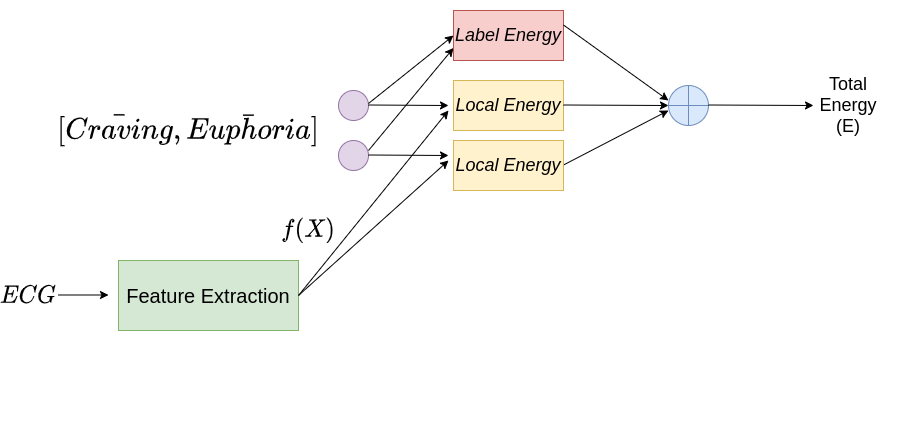
The draw.io diagram images/Spen_cocaine.png in BhanuTejaGullapalli/BhanuTejaGullapalli.github.io, before a commit. Source tidied: cells renumbered, new cells last; positions are measured from the earlier drawing's top-left corner, leaving out a move shared by most shapes.
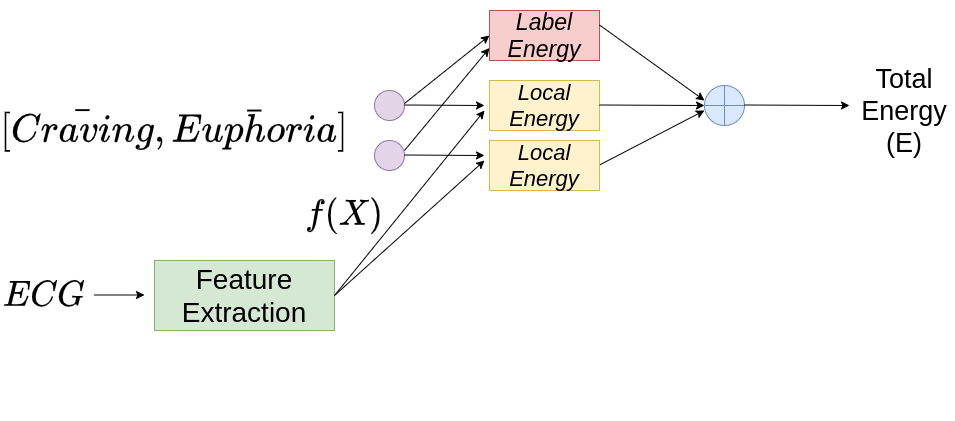
After the commit.

What changed in the source:
```diff
@@ -11,7 +11,7 @@
         <mxPoint x="90" y="294.5" as="targetPoint" />
       </mxGeometry>
     </mxCell>
-    <mxCell id="4" value="&lt;font style=&quot;font-size: 20px&quot;&gt;Feature Extraction&lt;br&gt;&lt;/font&gt;" style="rounded=0;whiteSpace=wrap;html=1;fillColor=#d5e8d4;strokeColor=#82b366;" parent="2" vertex="1">
+    <mxCell id="4" value="&lt;font&gt;&lt;font style=&quot;font-size: 28px&quot;&gt;Feature Extraction&lt;/font&gt;&lt;br&gt;&lt;/font&gt;" style="rounded=0;whiteSpace=wrap;html=1;fillColor=#d5e8d4;strokeColor=#82b366;" parent="2" vertex="1">
       <mxGeometry x="100" y="260" width="180" height="70" as="geometry" />
     </mxCell>
     <mxCell id="5" style="endArrow=classic;html=1;exitX=1;exitY=0.5;exitDx=0;exitDy=0;" parent="2" edge="1" source="4">
@@ -19,11 +19,11 @@
         <mxPoint x="430" y="110" as="targetPoint" />
       </mxGeometry>
     </mxCell>
-    <mxCell id="6" value="&lt;font style=&quot;font-size: 20px&quot;&gt;$$f(X)$$&lt;/font&gt;" style="text;html=1;strokeColor=none;fillColor=none;align=center;verticalAlign=middle;whiteSpace=wrap;rounded=0;" parent="2" vertex="1">
-      <mxGeometry x="270" y="220" width="40" height="20" as="geometry" />
+    <mxCell id="6" value="&lt;font style=&quot;font-size: 29px&quot;&gt;$$f(X)$$&lt;/font&gt;" style="text;html=1;strokeColor=none;fillColor=none;align=center;verticalAlign=middle;whiteSpace=wrap;rounded=0;" parent="2" vertex="1">
+      <mxGeometry x="270" y="205" width="40" height="20" as="geometry" />
     </mxCell>
-    <mxCell id="7" value="&lt;font style=&quot;font-size: 24px&quot;&gt;$$[\bar{Craving},\bar{Euphoria}]$$&lt;/font&gt;" style="text;html=1;strokeColor=none;fillColor=none;align=center;verticalAlign=middle;whiteSpace=wrap;rounded=0;" parent="2" vertex="1">
-      <mxGeometry x="150" y="120" width="40" height="20" as="geometry" />
+    <mxCell id="7" value="&lt;font style=&quot;font-size: 32px&quot;&gt;$$[\bar{Craving},\bar{Euphoria}]$$&lt;/font&gt;" style="text;html=1;strokeColor=none;fillColor=none;align=center;verticalAlign=middle;whiteSpace=wrap;rounded=0;" parent="2" vertex="1">
+      <mxGeometry x="100" y="120" width="40" height="20" as="geometry" />
     </mxCell>
     <mxCell id="8" style="ellipse;whiteSpace=wrap;html=1;fillColor=#e1d5e7;strokeColor=#9673a6;" parent="2" vertex="1">
       <mxGeometry x="320" y="90" width="30" height="30" as="geometry" />
@@ -48,7 +48,7 @@
         <mxPoint x="430" y="160" as="targetPoint" />
       </mxGeometry>
     </mxCell>
-    <mxCell id="13" value="&lt;font&gt;&lt;i&gt;&lt;font style=&quot;font-size: 18px&quot;&gt;Local Energy&lt;/font&gt;&lt;br&gt;&lt;/i&gt;&lt;/font&gt;" style="rounded=0;whiteSpace=wrap;html=1;fillColor=#fff2cc;strokeColor=#d6b656;" parent="2" vertex="1">
+    <mxCell id="13" value="&lt;font&gt;&lt;i&gt;&lt;font style=&quot;font-size: 22px&quot;&gt;Local Energy&lt;/font&gt;&lt;br&gt;&lt;/i&gt;&lt;/font&gt;" style="rounded=0;whiteSpace=wrap;html=1;fillColor=#fff2cc;strokeColor=#d6b656;" parent="2" vertex="1">
       <mxGeometry x="435" y="80" width="110" height="50" as="geometry" />
     </mxCell>
     <mxCell id="14" style="endArrow=classic;html=1;entryX=0;entryY=0.75;entryDx=0;entryDy=0;" parent="2" edge="1" target="16">
@@ -61,7 +61,7 @@
         <mxPoint x="350" y="103" as="sourcePoint" />
       </mxGeometry>
     </mxCell>
-    <mxCell id="16" value="&lt;i&gt;&lt;font style=&quot;font-size: 18px&quot;&gt;Label Energy&lt;/font&gt;&lt;br&gt;&lt;/i&gt;" style="rounded=0;whiteSpace=wrap;html=1;fillColor=#f8cecc;strokeColor=#b85450;" parent="2" vertex="1">
+    <mxCell id="16" value="&lt;i&gt;&lt;font style=&quot;font-size: 23px&quot;&gt;Label Energy&lt;/font&gt;&lt;br&gt;&lt;/i&gt;" style="rounded=0;whiteSpace=wrap;html=1;fillColor=#f8cecc;strokeColor=#b85450;" parent="2" vertex="1">
       <mxGeometry x="435" y="10" width="110" height="50" as="geometry" />
     </mxCell>
     <mxCell id="17" style="endArrow=classic;html=1;" parent="2" edge="1">
@@ -91,17 +91,17 @@
         <mxPoint x="795" y="105" as="targetPoint" />
       </mxGeometry>
     </mxCell>
-    <mxCell id="22" value="&lt;font style=&quot;font-size: 18px&quot;&gt;Total Energy&lt;br&gt;(E)&lt;br&gt;&lt;/font&gt;" style="text;html=1;strokeColor=none;fillColor=none;align=center;verticalAlign=middle;whiteSpace=wrap;rounded=0;" parent="2" vertex="1">
-      <mxGeometry x="780" y="95" width="100" height="20" as="geometry" />
+    <mxCell id="22" value="&lt;font style=&quot;font-size: 27px&quot;&gt;Total Energy&lt;br&gt;(E)&lt;br&gt;&lt;/font&gt;" style="text;html=1;strokeColor=none;fillColor=none;align=center;verticalAlign=middle;whiteSpace=wrap;rounded=0;" parent="2" vertex="1">
+      <mxGeometry x="800" y="100" width="100" height="20" as="geometry" />
     </mxCell>
     <mxCell id="23" style="edgeStyle=orthogonalEdgeStyle;rounded=0;orthogonalLoop=1;jettySize=auto;html=1;exitX=0.5;exitY=1;exitDx=0;exitDy=0;" parent="2" edge="1" source="22" target="22">
       <mxGeometry relative="1" as="geometry" />
     </mxCell>
-    <mxCell id="24" value="&lt;font&gt;&lt;i&gt;&lt;font style=&quot;font-size: 18px&quot;&gt;Local Energy&lt;/font&gt;&lt;br&gt;&lt;/i&gt;&lt;/font&gt;" style="rounded=0;whiteSpace=wrap;html=1;fillColor=#fff2cc;strokeColor=#d6b656;" parent="2" vertex="1">
+    <mxCell id="24" value="&lt;font&gt;&lt;i&gt;&lt;font style=&quot;font-size: 22px&quot;&gt;Local Energy&lt;/font&gt;&lt;br&gt;&lt;/i&gt;&lt;/font&gt;" style="rounded=0;whiteSpace=wrap;html=1;fillColor=#fff2cc;strokeColor=#d6b656;" parent="2" vertex="1">
       <mxGeometry x="435" y="140" width="110" height="50" as="geometry" />
     </mxCell>
-    <mxCell id="25" value="&lt;font style=&quot;font-size: 20px&quot;&gt;$$ECG$$&lt;/font&gt;" style="text;html=1;strokeColor=none;fillColor=none;align=center;verticalAlign=middle;whiteSpace=wrap;rounded=0;" parent="2" vertex="1">
-      <mxGeometry x="-10" y="285" width="40" height="20" as="geometry" />
+    <mxCell id="25" value="&lt;font style=&quot;font-size: 29px&quot;&gt;$$ECG$$&lt;/font&gt;" style="text;html=1;strokeColor=none;fillColor=none;align=center;verticalAlign=middle;whiteSpace=wrap;rounded=0;" parent="1" vertex="1">
+      <mxGeometry x="-20" y="285" width="40" height="20" as="geometry" />
     </mxCell>
   </root>
 </mxGraphModel>
```
